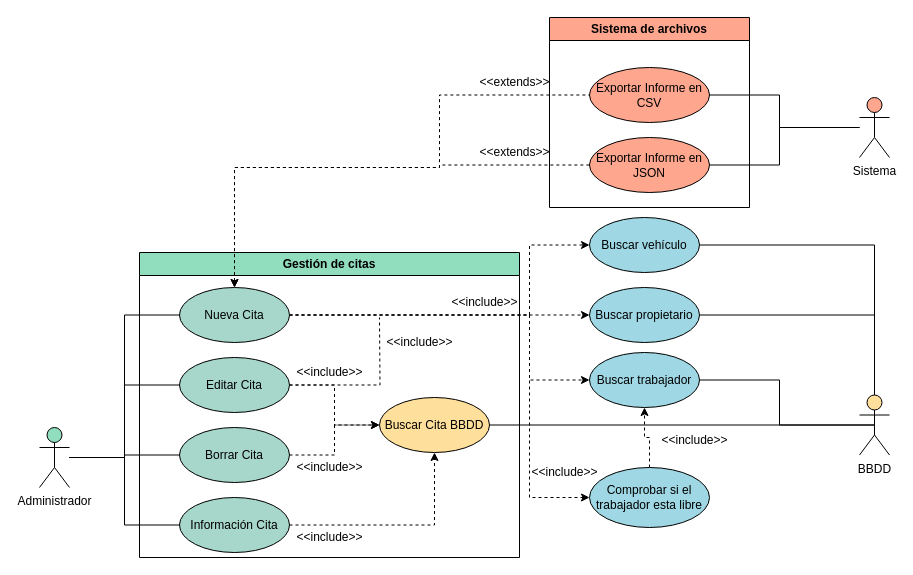
The draw.io diagram Entornos de desarrollo/DiagramaDeCasosDeUso/Diagrama_Casos_De_Uso.drawio in SergioDeIscarValera/ITV_LUIS_VIVES, before the edit. Source tidied: cells renumbered, new cells numbered last; positions are measured from the earlier drawing's top-left corner, leaving out a move shared by most shapes. Both pictures are drawn from the tidied source at 100%, with x=0, y=0 at pixel (39, 17).
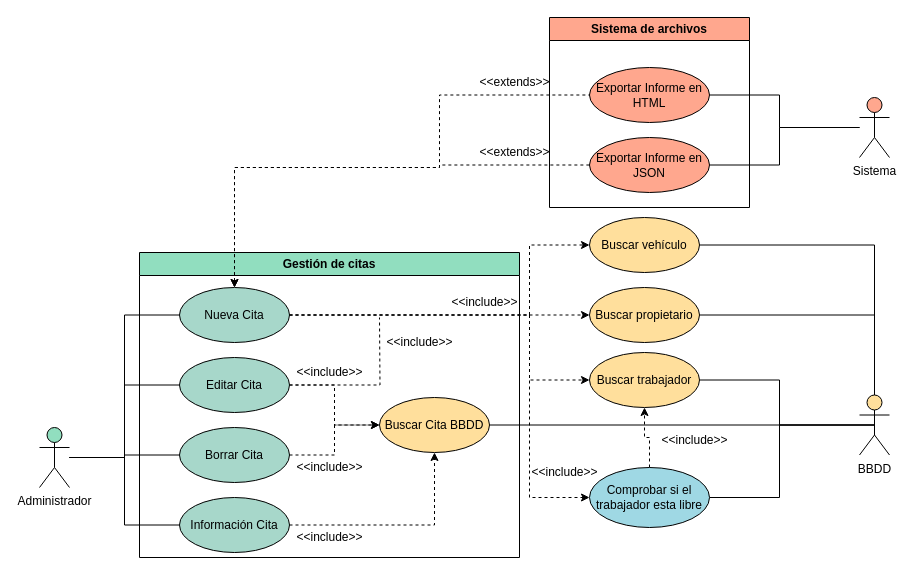
The same diagram, later.

The change refers to these unchanged cells:
```xml
<mxCell id="7" value="BBDD" style="shape=umlActor;verticalLabelPosition=bottom;verticalAlign=top;html=1;outlineConnect=0;fillColor=#FFDF9C;" parent="1" vertex="1">
  <mxGeometry x="820" y="377.5" width="30" height="60" as="geometry" />
</mxCell>
<mxCell id="43" value="Comprobar si el trabajador esta libre" style="ellipse;whiteSpace=wrap;html=1;fillColor=#9fd8e4;" parent="1" vertex="1">
  <mxGeometry x="550" y="450" width="120" height="60" as="geometry" />
</mxCell>
```

The edit, as a diff of the source:
```diff
@@
-    <mxCell id="25" value="Buscar vehículo" style="ellipse;whiteSpace=wrap;html=1;fillColor=#9fd8e4;" parent="1" vertex="1">
+    <mxCell id="25" value="Buscar vehículo" style="ellipse;whiteSpace=wrap;html=1;fillColor=#FFDF9C;" parent="1" vertex="1">
       <mxGeometry x="550" y="200" width="110" height="55" as="geometry" />
     </mxCell>
@@
-    <mxCell id="27" value="Buscar propietario" style="ellipse;whiteSpace=wrap;html=1;fillColor=#9fd8e4;" parent="1" vertex="1">
+    <mxCell id="27" value="Buscar propietario" style="ellipse;whiteSpace=wrap;html=1;fillColor=#FFDF9C;" parent="1" vertex="1">
       <mxGeometry x="550" y="270" width="110" height="55" as="geometry" />
     </mxCell>
@@
-    <mxCell id="30" value="Buscar trabajador" style="ellipse;whiteSpace=wrap;html=1;fillColor=#9fd8e4;" parent="1" vertex="1">
+    <mxCell id="30" value="Buscar trabajador" style="ellipse;whiteSpace=wrap;html=1;fillColor=#FFDF9C;" parent="1" vertex="1">
       <mxGeometry x="550" y="335" width="110" height="55" as="geometry" />
     </mxCell>
@@
-    <mxCell id="38" value="Exportar Informe en CSV" style="ellipse;whiteSpace=wrap;html=1;fillColor=#ffa78e;" parent="1" vertex="1">
+    <mxCell id="38" value="Exportar Informe en HTML" style="ellipse;whiteSpace=wrap;html=1;fillColor=#ffa78e;" parent="1" vertex="1">
       <mxGeometry x="550" y="50" width="120" height="55" as="geometry" />
     </mxCell>
@@
+    <mxCell id="48" style="edgeStyle=orthogonalEdgeStyle;rounded=0;jettySize=auto;html=1;entryX=0.5;entryY=0.5;entryDx=0;entryDy=0;entryPerimeter=0;endArrow=none;endFill=0;" parent="1" edge="1" source="43" target="7">
+      <mxGeometry relative="1" as="geometry">
+        <Array as="points">
+          <mxPoint x="740" y="480" />
+          <mxPoint x="740" y="408" />
+        </Array>
+      </mxGeometry>
+    </mxCell>
```
